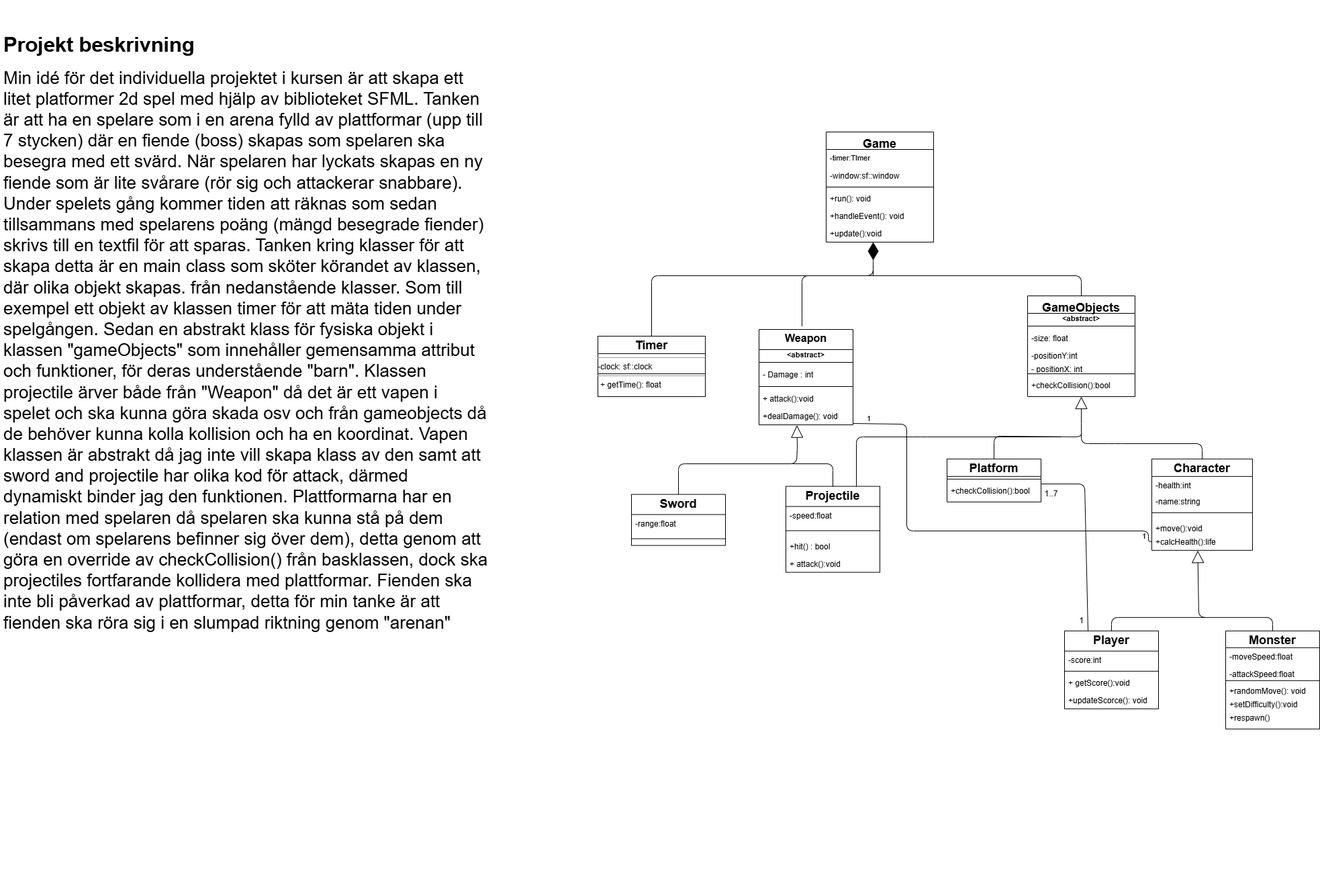
The draw.io diagram classDiagram.drawio.png in Gabe-Hog/platformer-game, before a commit. Source tidied: cells renumbered, new cells last; positions are measured from the earlier drawing's top-left corner, leaving out a move shared by most shapes.
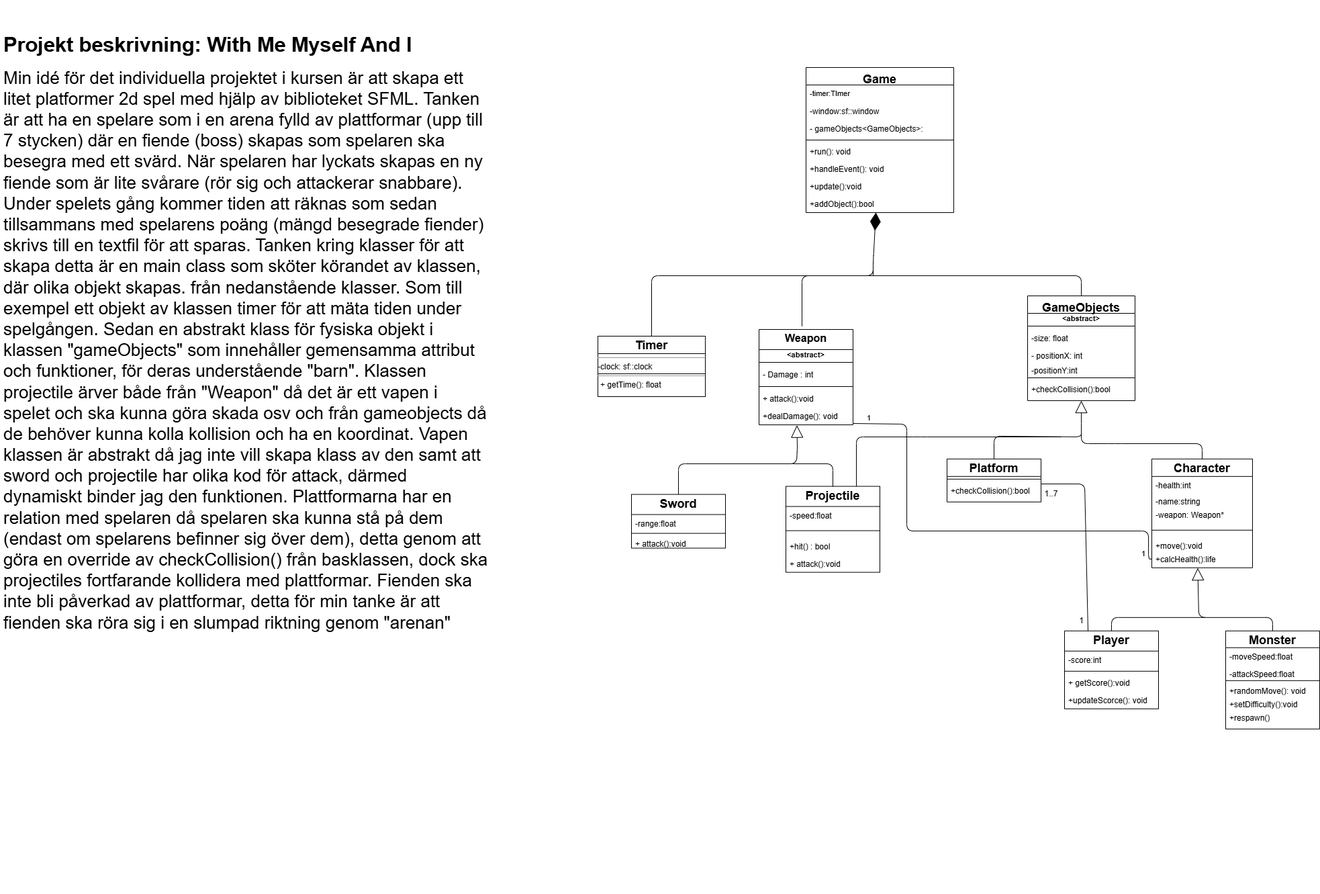
Above is the later version.

Commit message:
Update again!!! Im never happy

Diff of the diagram source:
```diff
@@ -12,7 +12,7 @@
       <mxGeometry y="34" width="140" height="30" as="geometry" />
     </mxCell>
     <mxCell id="5" value="&lt;p style=&quot;margin:0px;margin-top:4px;text-align:center;&quot;&gt;&lt;b style=&quot;background-color: initial;&quot;&gt;&lt;font style=&quot;font-size: 18px;&quot;&gt;Character&lt;/font&gt;&lt;/b&gt;&lt;/p&gt;" style="verticalAlign=top;align=center;overflow=fill;html=1;whiteSpace=wrap;shape=swimlane;fontStyle=1;startSize=26;horizontal=1;" parent="1" vertex="1">
-      <mxGeometry x="1715" y="672.8" width="150" height="136" as="geometry" />
+      <mxGeometry x="1715" y="672.8" width="150" height="162" as="geometry" />
     </mxCell>
     <mxCell id="6" value="-health:int" style="text;strokeColor=none;fillColor=none;align=left;verticalAlign=top;spacingLeft=4;spacingRight=4;overflow=hidden;whiteSpace=wrap;html=1;" parent="5" vertex="1">
       <mxGeometry y="26" width="150" height="24" as="geometry" />
@@ -20,14 +20,17 @@
     <mxCell id="7" value="-name:string" style="text;strokeColor=none;fillColor=none;align=left;verticalAlign=top;spacingLeft=4;spacingRight=4;overflow=hidden;whiteSpace=wrap;html=1;" parent="5" vertex="1">
       <mxGeometry y="50" width="150" height="20" as="geometry" />
     </mxCell>
+    <mxCell id="75" value="-weapon: Weapon*" style="text;strokeColor=none;fillColor=none;align=left;verticalAlign=top;spacingLeft=4;spacingRight=4;overflow=hidden;" parent="5" vertex="1">
+      <mxGeometry y="70" width="150" height="26" as="geometry" />
+    </mxCell>
     <mxCell id="8" style="line;strokeWidth=1;fillColor=none;align=left;verticalAlign=middle;spacingTop=-1;spacingLeft=3;spacingRight=3;labelPosition=right;strokeColor=inherit;" parent="5" vertex="1">
-      <mxGeometry y="70" width="150" height="20" as="geometry" />
+      <mxGeometry y="96" width="150" height="20" as="geometry" />
     </mxCell>
     <mxCell id="9" value="+move():void" style="text;strokeColor=none;fillColor=none;align=left;verticalAlign=top;spacingLeft=4;spacingRight=4;overflow=hidden;whiteSpace=wrap;html=1;" parent="5" vertex="1">
-      <mxGeometry y="90" width="150" height="20" as="geometry" />
+      <mxGeometry y="116" width="150" height="20" as="geometry" />
     </mxCell>
     <mxCell id="10" value="+calcHealth():life" style="text;strokeColor=none;fillColor=none;align=left;verticalAlign=top;spacingLeft=4;spacingRight=4;overflow=hidden;points=[[0,0.5],[1,0.5]];portConstraint=eastwest;whiteSpace=wrap;html=1;" parent="5" vertex="1">
-      <mxGeometry y="110" width="150" height="26" as="geometry" />
+      <mxGeometry y="136" width="150" height="26" as="geometry" />
     </mxCell>
     <mxCell id="11" value="&lt;p style=&quot;margin:0px;margin-top:4px;text-align:center;&quot;&gt;&lt;b style=&quot;background-color: initial;&quot;&gt;&lt;font style=&quot;font-size: 18px;&quot;&gt;Player&lt;/font&gt;&lt;/b&gt;&lt;/p&gt;" style="verticalAlign=top;align=center;overflow=fill;html=1;whiteSpace=wrap;shape=swimlane;fontStyle=1;startSize=30;horizontal=1;" parent="1" vertex="1">
       <mxGeometry x="1585" y="928.8" width="140" height="116" as="geometry" />
@@ -90,14 +93,17 @@
       <mxGeometry y="116" width="140" height="26" as="geometry" />
     </mxCell>
     <mxCell id="31" value="&lt;p style=&quot;margin:0px;margin-top:4px;text-align:center;&quot;&gt;&lt;span style=&quot;font-size: 18px;&quot;&gt;Sword&lt;/span&gt;&lt;/p&gt;&lt;p style=&quot;margin:0px;margin-top:4px;text-align:center;&quot;&gt;&lt;b&gt;&lt;font size=&quot;3&quot;&gt;Sword&lt;/font&gt;&lt;/b&gt;&lt;/p&gt;&lt;p style=&quot;margin:0px;margin-top:4px;text-align:center;&quot;&gt;&lt;b&gt;&lt;br&gt;&lt;/b&gt;&lt;/p&gt;" style="verticalAlign=top;align=center;overflow=fill;html=1;whiteSpace=wrap;shape=swimlane;fontStyle=1;startSize=30;horizontal=1;" parent="1" vertex="1">
-      <mxGeometry x="940" y="725.6" width="140" height="76" as="geometry" />
+      <mxGeometry x="940" y="725.6" width="140" height="80" as="geometry" />
     </mxCell>
     <mxCell id="32" value="-range:float" style="text;strokeColor=none;fillColor=none;align=left;verticalAlign=top;spacingLeft=4;spacingRight=4;overflow=hidden;whiteSpace=wrap;html=1;" parent="31" vertex="1">
       <mxGeometry y="30" width="140" height="26" as="geometry" />
     </mxCell>
     <mxCell id="33" style="line;strokeWidth=1;fillColor=none;align=left;verticalAlign=middle;spacingTop=-1;spacingLeft=3;spacingRight=3;labelPosition=right;strokeColor=inherit;" parent="31" vertex="1">
-      <mxGeometry y="56" width="140" height="20" as="geometry" />
+      <mxGeometry y="56" width="140" height="4" as="geometry" />
     </mxCell>
+    <mxCell id="76" value="+ attack():void" style="text;strokeColor=none;fillColor=none;align=left;verticalAlign=top;spacingLeft=4;spacingRight=4;overflow=hidden;" parent="31" vertex="1">
+      <mxGeometry y="60" width="140" height="20" as="geometry" />
+    </mxCell>
     <mxCell id="34" value="&lt;p style=&quot;margin:0px;margin-top:4px;text-align:center;&quot;&gt;&lt;span style=&quot;background-color: initial;&quot;&gt;&lt;font style=&quot;font-size: 18px;&quot;&gt;Projectile&lt;/font&gt;&lt;/span&gt;&lt;/p&gt;" style="verticalAlign=top;align=center;overflow=fill;html=1;whiteSpace=wrap;shape=swimlane;fontStyle=1;startSize=30;horizontal=1;" parent="1" vertex="1">
       <mxGeometry x="1170" y="713.6" width="140" height="128" as="geometry" />
     </mxCell>
@@ -117,7 +123,7 @@
       <mxGeometry x="890" y="490" width="160" height="90" as="geometry" />
     </mxCell>
     <mxCell id="40" value="GameObjects&#10;&#10;" style="swimlane;fontStyle=1;align=center;verticalAlign=top;horizontal=1;startSize=26;fontSize=18;" parent="1" vertex="1">
-      <mxGeometry x="1530" y="430" width="160" height="150" as="geometry" />
+      <mxGeometry x="1530" y="430" width="160" height="156" as="geometry" />
     </mxCell>
     <mxCell id="41" value="&lt;abstract&gt;" style="text;align=center;fontStyle=1;verticalAlign=middle;spacingLeft=3;spacingRight=3;strokeColor=none;fontSize=11;" parent="40" vertex="1">
       <mxGeometry y="26" width="160" height="14" as="geometry" />
@@ -128,19 +134,19 @@
     <mxCell id="43" value="-size: float" style="text;strokeColor=none;fillColor=none;align=left;verticalAlign=top;spacingLeft=4;spacingRight=4;overflow=hidden;whiteSpace=wrap;html=1;" parent="40" vertex="1">
       <mxGeometry y="50" width="160" height="26" as="geometry" />
     </mxCell>
+    <mxCell id="45" value="- positionX: int" style="text;strokeColor=none;fillColor=none;align=left;verticalAlign=top;spacingLeft=4;spacingRight=4;overflow=hidden;whiteSpace=wrap;html=1;" parent="40" vertex="1">
+      <mxGeometry y="76" width="160" height="22" as="geometry" />
+    </mxCell>
     <mxCell id="44" value="-positionY:int" style="text;strokeColor=none;fillColor=none;align=left;verticalAlign=top;spacingLeft=4;spacingRight=4;overflow=hidden;whiteSpace=wrap;html=1;" parent="40" vertex="1">
-      <mxGeometry y="76" width="160" height="20" as="geometry" />
+      <mxGeometry y="98" width="160" height="20" as="geometry" />
     </mxCell>
-    <mxCell id="45" value="- positionX: int" style="text;strokeColor=none;fillColor=none;align=left;verticalAlign=top;spacingLeft=4;spacingRight=4;overflow=hidden;whiteSpace=wrap;html=1;" parent="40" vertex="1">
-      <mxGeometry y="96" width="160" height="16" as="geometry" />
-    </mxCell>
     <mxCell id="46" style="line;strokeWidth=1;fillColor=none;align=left;verticalAlign=middle;spacingTop=-1;spacingLeft=3;spacingRight=3;labelPosition=right;strokeColor=inherit;fontSize=18;" parent="40" vertex="1">
-      <mxGeometry y="112" width="160" height="8" as="geometry" />
+      <mxGeometry y="118" width="160" height="8" as="geometry" />
     </mxCell>
     <mxCell id="47" value="+checkCollision():bool" style="text;strokeColor=none;fillColor=none;align=left;verticalAlign=top;spacingLeft=4;spacingRight=4;overflow=hidden;whiteSpace=wrap;html=1;" parent="40" vertex="1">
-      <mxGeometry y="120" width="160" height="30" as="geometry" />
+      <mxGeometry y="126" width="160" height="30" as="geometry" />
     </mxCell>
-    <mxCell id="48" style="endArrow=diamondThin;endFill=1;endSize=24;html=1;fontSize=12;entryX=0.438;entryY=1;entryDx=0;entryDy=0;entryPerimeter=0;fontColor=#000000;" parent="1" edge="1" target="70">
+    <mxCell id="48" style="endArrow=diamondThin;endFill=1;endSize=24;html=1;fontSize=12;fontColor=#000000;" parent="1" edge="1" target="64">
       <mxGeometry relative="1" as="geometry">
         <mxPoint x="1300" y="400" as="sourcePoint" />
         <Array as="points">
@@ -263,27 +269,33 @@
       </mxGeometry>
     </mxCell>
     <mxCell id="64" value="Game" style="swimlane;fontStyle=1;align=center;verticalAlign=top;horizontal=1;startSize=26;fontSize=18;" parent="1" vertex="1">
-      <mxGeometry x="1230" y="186" width="160" height="164" as="geometry" />
+      <mxGeometry x="1200" y="90" width="220" height="216" as="geometry" />
     </mxCell>
     <mxCell id="65" value="-timer:TImer" style="text;strokeColor=none;fillColor=none;align=left;verticalAlign=top;spacingLeft=4;spacingRight=4;overflow=hidden;fontSize=11;" parent="64" vertex="1">
-      <mxGeometry y="26" width="160" height="26" as="geometry" />
+      <mxGeometry y="26" width="220" height="26" as="geometry" />
     </mxCell>
     <mxCell id="66" value="-window:sf::window" style="text;strokeColor=none;fillColor=none;align=left;verticalAlign=top;spacingLeft=4;spacingRight=4;overflow=hidden;" parent="64" vertex="1">
-      <mxGeometry y="52" width="160" height="26" as="geometry" />
+      <mxGeometry y="52" width="220" height="26" as="geometry" />
     </mxCell>
+    <mxCell id="77" value="- gameObjects&lt;GameObjects&gt;:" style="text;strokeColor=none;fillColor=none;align=left;verticalAlign=top;spacingLeft=4;spacingRight=4;overflow=hidden;" parent="64" vertex="1">
+      <mxGeometry y="78" width="220" height="26" as="geometry" />
+    </mxCell>
     <mxCell id="67" style="line;strokeWidth=1;fillColor=none;align=left;verticalAlign=middle;spacingTop=-1;spacingLeft=3;spacingRight=3;labelPosition=right;strokeColor=inherit;" parent="64" vertex="1">
-      <mxGeometry y="78" width="160" height="8" as="geometry" />
+      <mxGeometry y="104" width="220" height="8" as="geometry" />
     </mxCell>
     <mxCell id="68" value="+run(): void" style="text;strokeColor=none;fillColor=none;align=left;verticalAlign=top;spacingLeft=4;spacingRight=4;overflow=hidden;" parent="64" vertex="1">
-      <mxGeometry y="86" width="160" height="26" as="geometry" />
+      <mxGeometry y="112" width="220" height="26" as="geometry" />
     </mxCell>
     <mxCell id="69" value="+handleEvent(): void" style="text;strokeColor=none;fillColor=none;align=left;verticalAlign=top;spacingLeft=4;spacingRight=4;overflow=hidden;" parent="64" vertex="1">
-      <mxGeometry y="112" width="160" height="26" as="geometry" />
+      <mxGeometry y="138" width="220" height="26" as="geometry" />
     </mxCell>
     <mxCell id="70" value="+update():void" style="text;strokeColor=none;fillColor=none;align=left;verticalAlign=top;spacingLeft=4;spacingRight=4;overflow=hidden;points=[[0,0.5],[1,0.5]];portConstraint=eastwest;" parent="64" vertex="1">
-      <mxGeometry y="138" width="160" height="26" as="geometry" />
+      <mxGeometry y="164" width="220" height="26" as="geometry" />
     </mxCell>
+    <mxCell id="78" value="+addObject():bool" style="text;strokeColor=none;fillColor=none;align=left;verticalAlign=top;spacingLeft=4;spacingRight=4;overflow=hidden;" parent="64" vertex="1">
+      <mxGeometry y="190" width="220" height="26" as="geometry" />
+    </mxCell>
-    <mxCell id="71" value="&lt;p style=&quot;line-height: 100%;&quot;&gt;&lt;span id=&quot;docs-internal-guid-a214cb24-7fff-58ae-1cf6-b593a2d4fcf7&quot;&gt;&lt;/span&gt;&lt;/p&gt;&lt;h1 style=&quot;line-height: 1.38; margin-top: 24pt; margin-bottom: 0pt; padding: 0pt 0pt 6pt;&quot; dir=&quot;ltr&quot;&gt;&lt;span style=&quot;font-size: 23pt; font-family: Arial, sans-serif; background-color: transparent; font-variant-numeric: normal; font-variant-east-asian: normal; font-variant-alternates: normal; font-variant-position: normal; font-variant-emoji: normal; vertical-align: baseline;&quot;&gt;Projekt beskrivning&lt;/span&gt;&lt;/h1&gt;&lt;font style=&quot;font-size: 26px;&quot;&gt;Min idé för det individuella projektet i kursen är att skapa ett litet platformer 2d spel med hjälp av biblioteket SFML. Tanken är att ha en spelare som i en arena fylld av plattformar (upp till 7 stycken) där en fiende (boss) skapas som spelaren ska besegra med ett svärd. När spelaren har lyckats skapas en ny fiende som är lite svårare (rör sig och attackerar snabbare).&amp;nbsp; Under spelets gång kommer tiden att räknas som sedan tillsammans med spelarens poäng (mängd besegrade fiender) skrivs till en textfil för att sparas. Tanken kring klasser för att skapa detta är en main class som sköter körandet av klassen, där olika objekt skapas. från nedanstående klasser. Som till exempel ett objekt av klassen timer för att mäta tiden under spelgången. Sedan en abstrakt klass för fysiska objekt i klassen &quot;gameObjects&quot; som innehåller gemensamma attribut och funktioner, för deras understående &quot;barn&quot;. Klassen projectile ärver både från &quot;Weapon&quot; då det är ett vapen i spelet och ska kunna göra skada osv och från gameobjects då de behöver kunna kolla kollision och ha en koordinat. Vapen klassen är abstrakt då jag inte vill skapa klass av den samt att sword and projectile har olika kod för attack, därmed dynamiskt binder jag den funktionen. Plattformarna har en relation med spelaren då spelaren ska kunna stå på dem (endast om spelarens befinner sig över dem), detta genom att göra en override av checkCollision() från basklassen, dock ska projectiles fortfarande kollidera med plattformar. Fienden ska inte bli påverkad av plattformar, detta för min tanke är att fienden ska röra sig i en slumpad riktning genom &quot;arenan&quot;&lt;/font&gt;&lt;h1 style=&quot;line-height: 90%; font-size: 26px;&quot;&gt;&lt;span style=&quot;background-color: initial; font-weight: normal;&quot;&gt;&amp;nbsp;&amp;nbsp;&lt;/span&gt;&lt;/h1&gt;&lt;h1 style=&quot;line-height: 100%;&quot;&gt;&lt;/h1&gt;&lt;h1&gt;&lt;/h1&gt;&lt;p&gt;&lt;/p&gt;&lt;p&gt;&lt;/p&gt;" style="text;html=1;strokeColor=none;fillColor=none;spacing=5;spacingTop=-20;whiteSpace=wrap;overflow=hidden;rounded=0;fontSize=22;" parent="1" vertex="1">
+    <mxCell id="71" value="&lt;p style=&quot;line-height: 100%;&quot;&gt;&lt;span id=&quot;docs-internal-guid-a214cb24-7fff-58ae-1cf6-b593a2d4fcf7&quot;&gt;&lt;/span&gt;&lt;/p&gt;&lt;h1 style=&quot;line-height: 1.38; margin-top: 24pt; margin-bottom: 0pt; padding: 0pt 0pt 6pt;&quot; dir=&quot;ltr&quot;&gt;&lt;span style=&quot;font-size: 23pt; font-family: Arial, sans-serif; background-color: transparent; font-variant-numeric: normal; font-variant-east-asian: normal; font-variant-alternates: normal; font-variant-position: normal; font-variant-emoji: normal; vertical-align: baseline;&quot;&gt;Projekt beskrivning: With Me Myself And I&amp;nbsp;&lt;/span&gt;&lt;/h1&gt;&lt;font style=&quot;font-size: 26px;&quot;&gt;Min idé för det individuella projektet i kursen är att skapa ett litet platformer 2d spel med hjälp av biblioteket SFML. Tanken är att ha en spelare som i en arena fylld av plattformar (upp till 7 stycken) där en fiende (boss) skapas som spelaren ska besegra med ett svärd. När spelaren har lyckats skapas en ny fiende som är lite svårare (rör sig och attackerar snabbare).&amp;nbsp; Under spelets gång kommer tiden att räknas som sedan tillsammans med spelarens poäng (mängd besegrade fiender) skrivs till en textfil för att sparas. Tanken kring klasser för att skapa detta är en main class som sköter körandet av klassen, där olika objekt skapas. från nedanstående klasser. Som till exempel ett objekt av klassen timer för att mäta tiden under spelgången. Sedan en abstrakt klass för fysiska objekt i klassen &quot;gameObjects&quot; som innehåller gemensamma attribut och funktioner, för deras understående &quot;barn&quot;. Klassen projectile ärver både från &quot;Weapon&quot; då det är ett vapen i spelet och ska kunna göra skada osv och från gameobjects då de behöver kunna kolla kollision och ha en koordinat. Vapen klassen är abstrakt då jag inte vill skapa klass av den samt att sword och projectile har olika kod för attack, därmed dynamiskt binder jag den funktionen. Plattformarna har en relation med spelaren då spelaren ska kunna stå på dem (endast om spelarens befinner sig över dem), detta genom att göra en override av checkCollision() från basklassen, dock ska projectiles fortfarande kollidera med plattformar. Fienden ska inte bli påverkad av plattformar, detta för min tanke är att fienden ska röra sig i en slumpad riktning genom &quot;arenan&quot;&lt;/font&gt;&lt;h1 style=&quot;line-height: 90%; font-size: 26px;&quot;&gt;&lt;span style=&quot;background-color: initial; font-weight: normal;&quot;&gt;&amp;nbsp;&amp;nbsp;&lt;/span&gt;&lt;/h1&gt;&lt;h1 style=&quot;line-height: 100%;&quot;&gt;&lt;/h1&gt;&lt;h1&gt;&lt;/h1&gt;&lt;p&gt;&lt;/p&gt;&lt;p&gt;&lt;/p&gt;" style="text;html=1;strokeColor=none;fillColor=none;spacing=5;spacingTop=-20;whiteSpace=wrap;overflow=hidden;rounded=0;fontSize=22;" parent="1" vertex="1">
       <mxGeometry width="730" height="1320" as="geometry" />
     </mxCell>
     <mxCell id="72" style="endArrow=block;endSize=16;endFill=0;html=1;" parent="1" edge="1" source="2" target="40">
```
